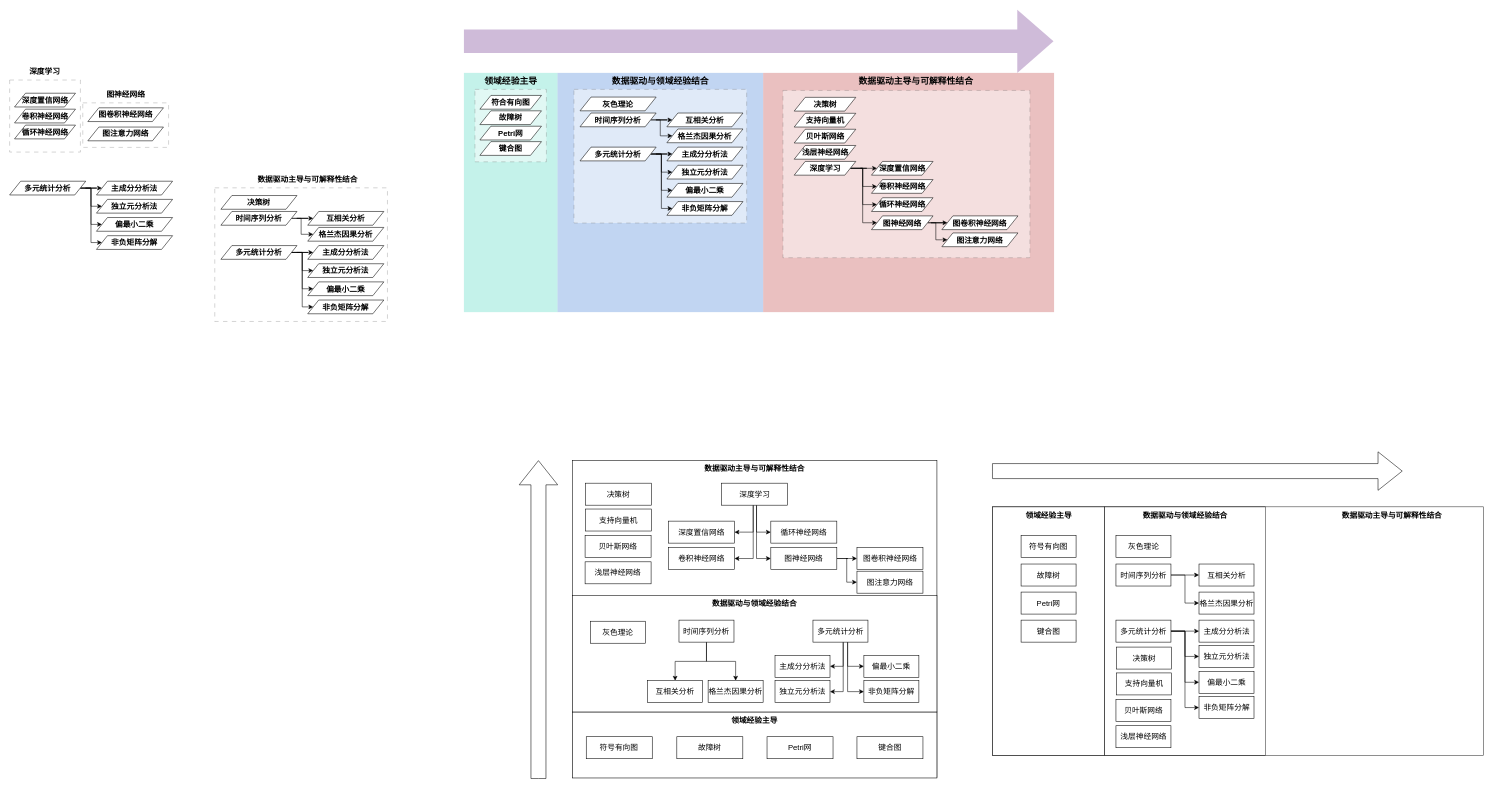
This is page "第 7 页" (7 of 8) of 故障诊断流程图.drawio from GPlaying/brain_map, a draw.io file, before an edit. Source tidied: cells renumbered, new cells numbered last; positions are measured from the earlier drawing's top-left corner, leaving out a move shared by most shapes. Both pictures are drawn from the tidied source at 55%, with x=0, y=0 at pixel (9, 9).
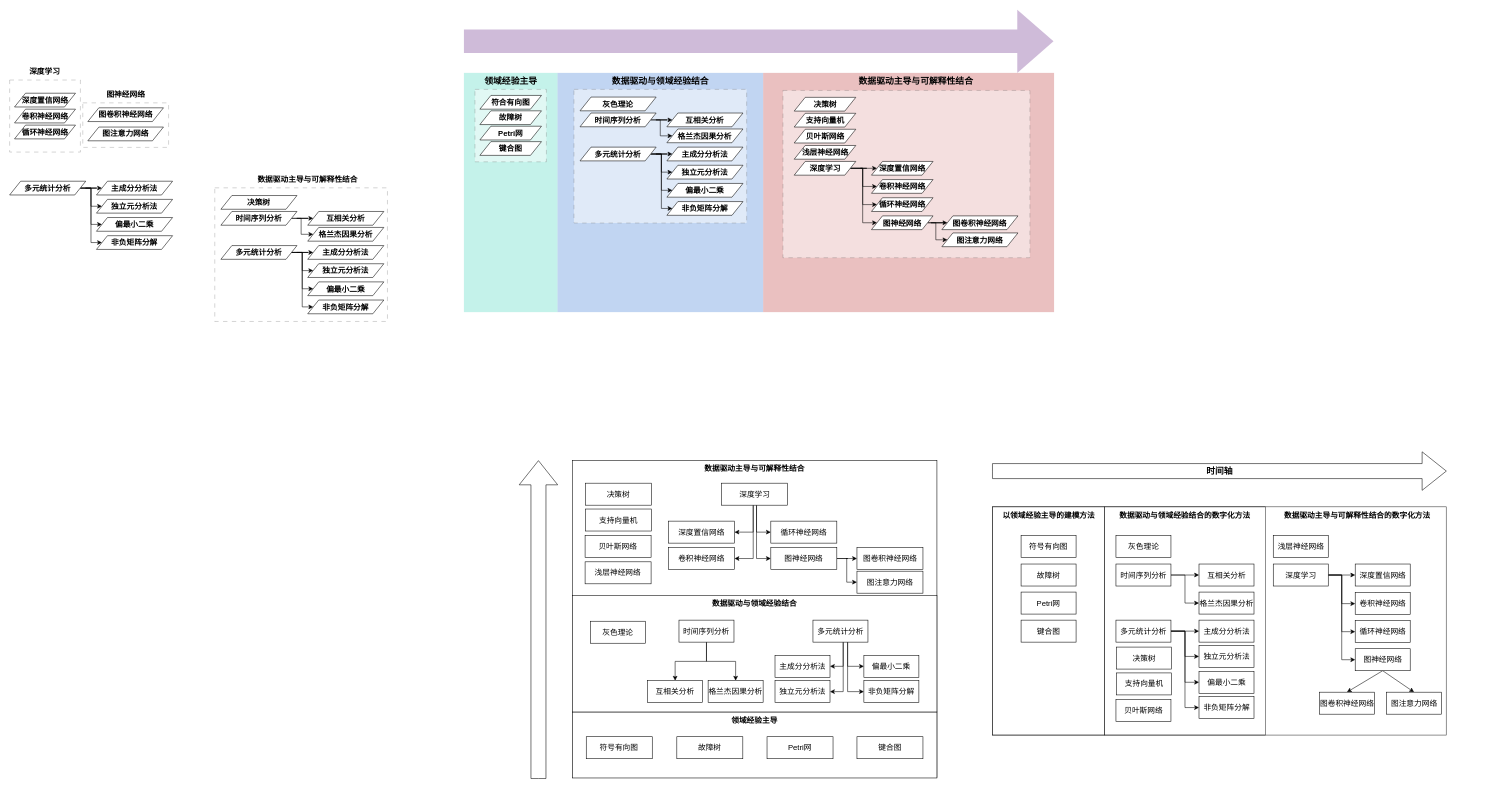
The same diagram, later.

Commit message:
更新故障诊断流程图.drawio

Diff of the diagram source:
```diff
@@
     <mxCell id="2" style="rounded=0;whiteSpace=wrap;html=1;strokeColor=default;fontSize=16;fillColor=none;opacity=80;" parent="1" vertex="1">
-      <mxGeometry x="1787" y="904" width="893" height="452" as="geometry" />
+      <mxGeometry x="1787" y="904" width="825" height="415" as="geometry" />
     </mxCell>
     <mxCell id="3" style="rounded=0;whiteSpace=wrap;html=1;strokeColor=default;fontSize=16;fillColor=none;opacity=80;" parent="1" vertex="1">
-      <mxGeometry x="1991" y="904" width="292" height="452" as="geometry" />
+      <mxGeometry x="1991" y="904" width="292" height="415" as="geometry" />
     </mxCell>
@@
     <mxCell id="128" style="html=1;shadow=0;dashed=0;align=center;verticalAlign=middle;shape=mxgraph.arrows2.arrow;dy=0.61;dx=44;direction=north;notch=0;fontSize=14;rotation=90;" parent="1" vertex="1">
-      <mxGeometry x="2124.5" y="466.5" width="70" height="745" as="geometry" />
+      <mxGeometry x="2164.6" y="426.4" width="70" height="825.2" as="geometry" />
     </mxCell>
     <mxCell id="129" style="rounded=0;whiteSpace=wrap;html=1;strokeColor=default;fontSize=16;fillColor=none;opacity=80;" parent="1" vertex="1">
-      <mxGeometry x="1787" y="904" width="204" height="452" as="geometry" />
+      <mxGeometry x="1787" y="904" width="204" height="415" as="geometry" />
     </mxCell>
-    <mxCell id="130" value="领域经验主导" style="text;html=1;strokeColor=none;fillColor=none;align=center;verticalAlign=middle;whiteSpace=wrap;rounded=0;fontSize=14;fontStyle=1;" parent="1" vertex="1">
-      <mxGeometry x="1844.5" y="904" width="89" height="30" as="geometry" />
+    <mxCell id="130" value="以领域经验主导的建模方法" style="text;html=1;strokeColor=none;fillColor=none;align=center;verticalAlign=middle;whiteSpace=wrap;rounded=0;fontSize=14;fontStyle=1;" parent="1" vertex="1">
+      <mxGeometry x="1800.8" y="904" width="176.5" height="30" as="geometry" />
     </mxCell>
@@
-    <mxCell id="135" value="数据驱动与领域经验结合" style="text;html=1;strokeColor=none;fillColor=none;align=center;verticalAlign=middle;whiteSpace=wrap;rounded=0;fontSize=14;fontStyle=1;" parent="1" vertex="1">
-      <mxGeometry x="2056.9" y="904" width="161.2" height="30" as="geometry" />
+    <mxCell id="135" value="数据驱动与领域经验结合的数字化方法" style="text;html=1;strokeColor=none;fillColor=none;align=center;verticalAlign=middle;whiteSpace=wrap;rounded=0;fontSize=14;fontStyle=1;" parent="1" vertex="1">
+      <mxGeometry x="2004" y="904" width="266" height="30" as="geometry" />
     </mxCell>
@@
-    <mxCell id="150" value="数据驱动主导与可解释性结合" style="text;html=1;strokeColor=none;fillColor=none;align=center;verticalAlign=middle;whiteSpace=wrap;rounded=0;fontSize=14;fontStyle=1;" parent="1" vertex="1">
-      <mxGeometry x="2420" y="904" width="187" height="30" as="geometry" />
+    <mxCell id="150" value="数据驱动主导与可解释性结合的数字化方法" style="text;html=1;strokeColor=none;fillColor=none;align=center;verticalAlign=middle;whiteSpace=wrap;rounded=0;fontSize=14;fontStyle=1;" parent="1" vertex="1">
+      <mxGeometry x="2316" y="904" width="269" height="30" as="geometry" />
     </mxCell>
@@
+    <mxCell id="156" value="深度置信网络" style="rounded=0;whiteSpace=wrap;html=1;fontSize=14;" parent="1" vertex="1">
+      <mxGeometry x="2446.5" y="1008" width="100" height="40" as="geometry" />
+    </mxCell>
+    <mxCell id="157" value="卷积神经网络" style="rounded=0;whiteSpace=wrap;html=1;fontSize=14;" parent="1" vertex="1">
+      <mxGeometry x="2446.5" y="1060" width="100" height="40" as="geometry" />
+    </mxCell>
+    <mxCell id="158" value="循环神经网络" style="rounded=0;whiteSpace=wrap;html=1;fontSize=14;" parent="1" vertex="1">
+      <mxGeometry x="2446.5" y="1111" width="100" height="40" as="geometry" />
+    </mxCell>
+    <mxCell id="159" style="rounded=0;jettySize=auto;html=1;entryX=0.5;entryY=0;entryDx=0;entryDy=0;fontSize=16;exitX=0.5;exitY=1;exitDx=0;exitDy=0;" parent="1" edge="1" source="161" target="167">
+      <mxGeometry relative="1" as="geometry" />
+    </mxCell>
+    <mxCell id="160" style="edgeStyle=none;rounded=0;jettySize=auto;html=1;entryX=0.5;entryY=0;entryDx=0;entryDy=0;fontSize=16;exitX=0.5;exitY=1;exitDx=0;exitDy=0;" parent="1" edge="1" source="161" target="168">
+      <mxGeometry relative="1" as="geometry" />
+    </mxCell>
+    <mxCell id="161" value="图神经网络" style="rounded=0;whiteSpace=wrap;html=1;fontSize=14;" parent="1" vertex="1">
+      <mxGeometry x="2446.5" y="1162" width="100" height="40" as="geometry" />
+    </mxCell>
+    <mxCell id="162" style="edgeStyle=orthogonalEdgeStyle;rounded=0;jettySize=auto;html=1;fontSize=16;" parent="1" edge="1" source="166" target="156">
+      <mxGeometry relative="1" as="geometry" />
+    </mxCell>
+    <mxCell id="163" style="edgeStyle=orthogonalEdgeStyle;rounded=0;jettySize=auto;html=1;entryX=0;entryY=0.5;entryDx=0;entryDy=0;fontSize=16;" parent="1" edge="1" source="166" target="157">
+      <mxGeometry relative="1" as="geometry" />
+    </mxCell>
+    <mxCell id="164" style="edgeStyle=orthogonalEdgeStyle;rounded=0;jettySize=auto;html=1;entryX=0;entryY=0.5;entryDx=0;entryDy=0;fontSize=16;" parent="1" edge="1" source="166" target="158">
+      <mxGeometry relative="1" as="geometry" />
+    </mxCell>
+    <mxCell id="165" style="edgeStyle=orthogonalEdgeStyle;rounded=0;jettySize=auto;html=1;entryX=0;entryY=0.5;entryDx=0;entryDy=0;fontSize=16;" parent="1" edge="1" source="166" target="161">
+      <mxGeometry relative="1" as="geometry" />
+    </mxCell>
+    <mxCell id="166" value="深度学习" style="rounded=0;whiteSpace=wrap;html=1;fontSize=14;" parent="1" vertex="1">
+      <mxGeometry x="2297.5" y="1008" width="100" height="40" as="geometry" />
+    </mxCell>
+    <mxCell id="167" value="图卷积神经网络" style="rounded=0;whiteSpace=wrap;html=1;fontSize=14;" parent="1" vertex="1">
+      <mxGeometry x="2381.5" y="1241" width="100" height="40" as="geometry" />
+    </mxCell>
+    <mxCell id="168" value="图注意力网络" style="rounded=0;whiteSpace=wrap;html=1;fontSize=14;" parent="1" vertex="1">
+      <mxGeometry x="2503.5" y="1241" width="100" height="40" as="geometry" />
+    </mxCell>
+    <mxCell id="169" value="&lt;b&gt;时间轴&lt;/b&gt;" style="text;html=1;strokeColor=none;fillColor=none;align=center;verticalAlign=middle;whiteSpace=wrap;rounded=0;fontSize=16;" parent="1" vertex="1">
+      <mxGeometry x="2169.6" y="824" width="60" height="30" as="geometry" />
+    </mxCell>
     <mxCell id="155" value="浅层神经网络" style="rounded=0;whiteSpace=wrap;html=1;fontSize=14;" parent="1" vertex="1">
-      <mxGeometry x="2011.5" y="1302" width="100" height="40" as="geometry" />
+      <mxGeometry x="2297.5" y="956" width="100" height="40" as="geometry" />
     </mxCell>
```
